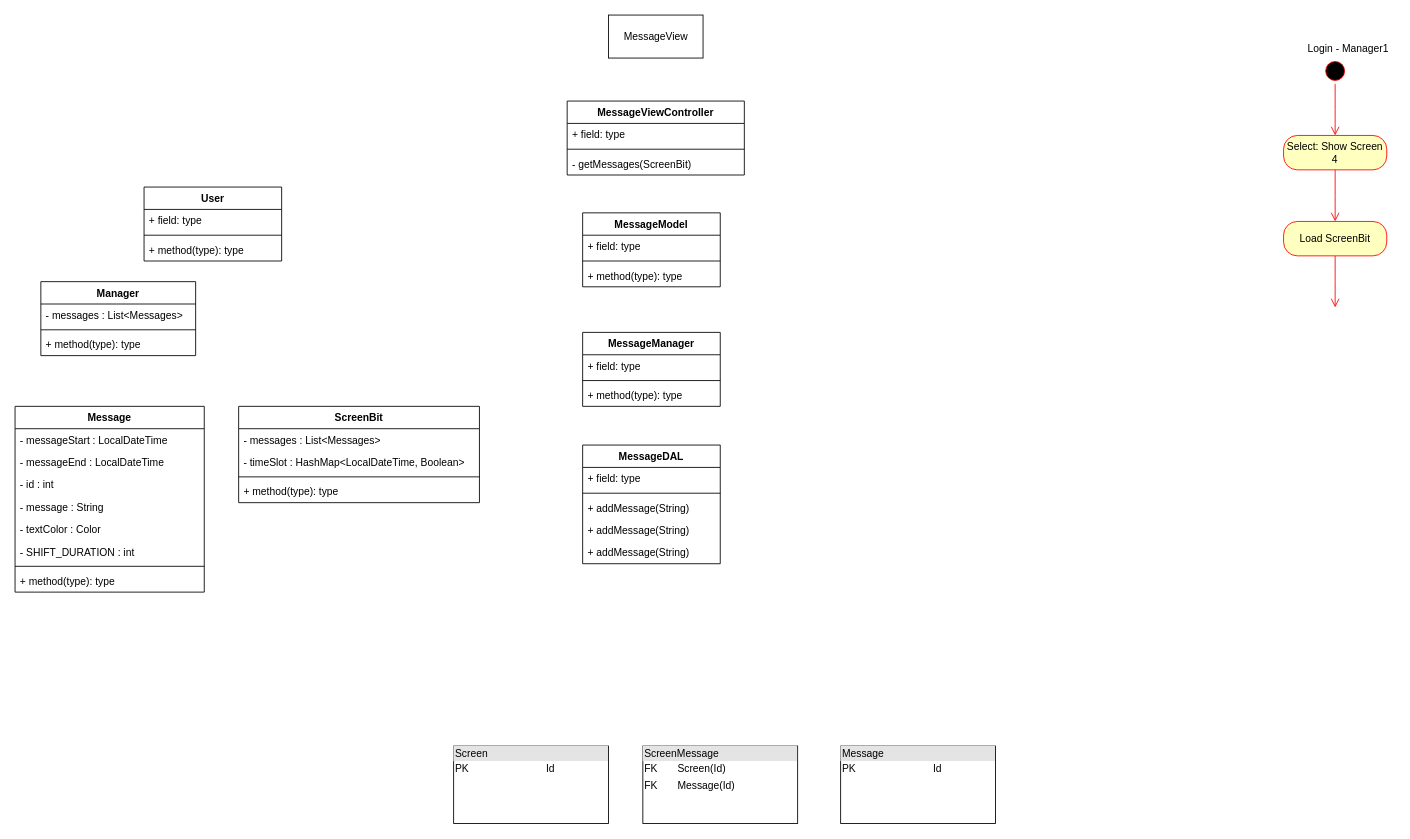
Earlier version of the draw.io diagram page "MOTD" (6 of 8) of UML/PickerStageUML.drawio (Eperty123/ArlaEksamen). Source tidied: cells renumbered, new cells numbered last; positions are measured from the earlier drawing's top-left corner, leaving out a move shared by most shapes. Both pictures are drawn from the tidied source at 86%, with x=0, y=0 at pixel (15, 15).
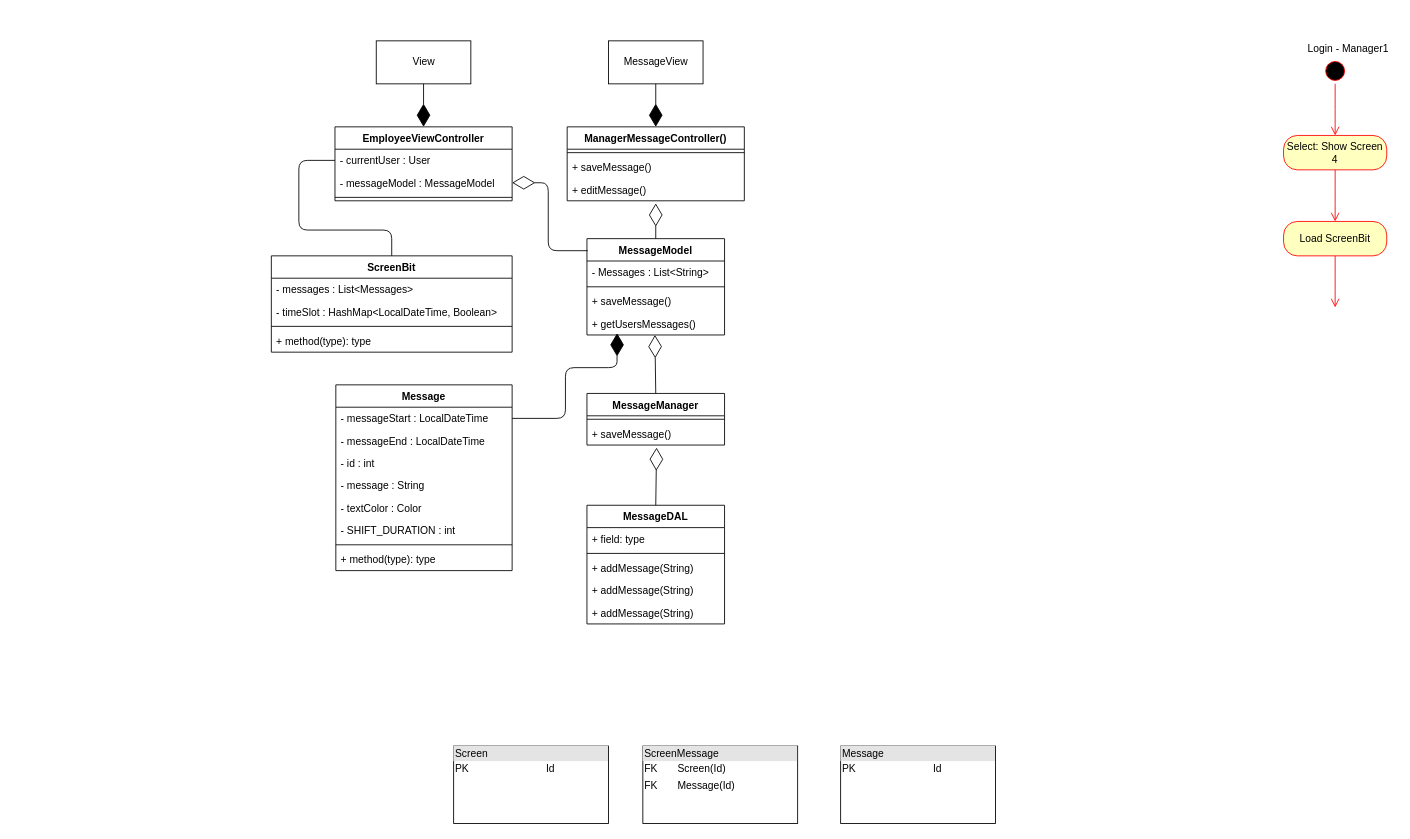
The same page after the edit.

What changed in the source:
```diff
@@
     <mxCell id="2" value="Message" style="swimlane;fontStyle=1;align=center;verticalAlign=top;horizontal=1;startSize=26;" parent="1" vertex="1">
-      <mxGeometry y="455" width="220" height="216" as="geometry" />
+      <mxGeometry x="373" y="430" width="205" height="216" as="geometry" />
     </mxCell>
     <mxCell id="3" value="- messageStart : LocalDateTime" style="text;strokeColor=none;fillColor=none;align=left;verticalAlign=top;spacingLeft=4;spacingRight=4;overflow=hidden;points=[[0,0.5],[1,0.5]];portConstraint=eastwest;" parent="2" vertex="1">
-      <mxGeometry y="26" width="220" height="26" as="geometry" />
+      <mxGeometry y="26" width="205" height="26" as="geometry" />
     </mxCell>
     <mxCell id="4" value="- messageEnd : LocalDateTime" style="text;strokeColor=none;fillColor=none;align=left;verticalAlign=top;spacingLeft=4;spacingRight=4;overflow=hidden;" parent="2" vertex="1">
-      <mxGeometry y="52" width="220" height="26" as="geometry" />
+      <mxGeometry y="52" width="205" height="26" as="geometry" />
     </mxCell>
     <mxCell id="5" value="- id : int" style="text;strokeColor=none;fillColor=none;align=left;verticalAlign=top;spacingLeft=4;spacingRight=4;overflow=hidden;" parent="2" vertex="1">
-      <mxGeometry y="78" width="220" height="26" as="geometry" />
+      <mxGeometry y="78" width="205" height="26" as="geometry" />
     </mxCell>
     <mxCell id="6" value="- message : String" style="text;strokeColor=none;fillColor=none;align=left;verticalAlign=top;spacingLeft=4;spacingRight=4;overflow=hidden;" parent="2" vertex="1">
-      <mxGeometry y="104" width="220" height="26" as="geometry" />
+      <mxGeometry y="104" width="205" height="26" as="geometry" />
     </mxCell>
     <mxCell id="7" value="- textColor : Color" style="text;strokeColor=none;fillColor=none;align=left;verticalAlign=top;spacingLeft=4;spacingRight=4;overflow=hidden;" parent="2" vertex="1">
-      <mxGeometry y="130" width="220" height="26" as="geometry" />
+      <mxGeometry y="130" width="205" height="26" as="geometry" />
     </mxCell>
     <mxCell id="8" value="- SHIFT_DURATION : int" style="text;strokeColor=none;fillColor=none;align=left;verticalAlign=top;spacingLeft=4;spacingRight=4;overflow=hidden;" parent="2" vertex="1">
-      <mxGeometry y="156" width="220" height="26" as="geometry" />
+      <mxGeometry y="156" width="205" height="26" as="geometry" />
     </mxCell>
     <mxCell id="9" style="line;strokeWidth=1;fillColor=none;align=left;verticalAlign=middle;spacingTop=-1;spacingLeft=3;spacingRight=3;labelPosition=right;" parent="2" vertex="1">
-      <mxGeometry y="182" width="220" height="8" as="geometry" />
+      <mxGeometry y="182" width="205" height="8" as="geometry" />
     </mxCell>
     <mxCell id="10" value="+ method(type): type" style="text;strokeColor=none;fillColor=none;align=left;verticalAlign=top;spacingLeft=4;spacingRight=4;overflow=hidden;" parent="2" vertex="1">
-      <mxGeometry y="190" width="220" height="26" as="geometry" />
+      <mxGeometry y="190" width="205" height="26" as="geometry" />
     </mxCell>
-    <mxCell id="11" value="Manager" style="swimlane;fontStyle=1;align=center;verticalAlign=top;horizontal=1;startSize=26;" parent="1" vertex="1">
-      <mxGeometry x="30" y="310" width="180" height="86" as="geometry" />
-    </mxCell>
-    <mxCell id="12" value="- messages : List&lt;Messages&gt;" style="text;strokeColor=none;fillColor=none;align=left;verticalAlign=top;spacingLeft=4;spacingRight=4;overflow=hidden;" parent="11" vertex="1">
-      <mxGeometry y="26" width="180" height="26" as="geometry" />
-    </mxCell>
-    <mxCell id="13" style="line;strokeWidth=1;fillColor=none;align=left;verticalAlign=middle;spacingTop=-1;spacingLeft=3;spacingRight=3;labelPosition=right;" parent="11" vertex="1">
-      <mxGeometry y="52" width="180" height="8" as="geometry" />
-    </mxCell>
-    <mxCell id="14" value="+ method(type): type" style="text;strokeColor=none;fillColor=none;align=left;verticalAlign=top;spacingLeft=4;spacingRight=4;overflow=hidden;" parent="11" vertex="1">
-      <mxGeometry y="60" width="180" height="26" as="geometry" />
-    </mxCell>
     <mxCell id="15" value="MessageDAL" style="swimlane;fontStyle=1;align=center;verticalAlign=top;horizontal=1;startSize=26;" parent="1" vertex="1">
-      <mxGeometry x="660" y="500" width="160" height="138" as="geometry" />
+      <mxGeometry x="665" y="570" width="160" height="138" as="geometry" />
     </mxCell>
@@
-    <mxCell id="21" value="MessageManager" style="swimlane;fontStyle=1;align=center;verticalAlign=top;horizontal=1;startSize=26;" parent="1" vertex="1">
-      <mxGeometry x="660" y="369" width="160" height="86" as="geometry" />
-    </mxCell>
-    <mxCell id="22" value="+ field: type" style="text;strokeColor=none;fillColor=none;align=left;verticalAlign=top;spacingLeft=4;spacingRight=4;overflow=hidden;" parent="21" vertex="1">
-      <mxGeometry y="26" width="160" height="26" as="geometry" />
-    </mxCell>
-    <mxCell id="23" style="line;strokeWidth=1;fillColor=none;align=left;verticalAlign=middle;spacingTop=-1;spacingLeft=3;spacingRight=3;labelPosition=right;" parent="21" vertex="1">
-      <mxGeometry y="52" width="160" height="8" as="geometry" />
-    </mxCell>
-    <mxCell id="24" value="+ method(type): type" style="text;strokeColor=none;fillColor=none;align=left;verticalAlign=top;spacingLeft=4;spacingRight=4;overflow=hidden;" parent="21" vertex="1">
-      <mxGeometry y="60" width="160" height="26" as="geometry" />
-    </mxCell>
     <mxCell id="25" value="MessageModel" style="swimlane;fontStyle=1;align=center;verticalAlign=top;horizontal=1;startSize=26;" parent="1" vertex="1">
-      <mxGeometry x="660" y="230" width="160" height="86" as="geometry" />
+      <mxGeometry x="665" y="260" width="160" height="112" as="geometry" />
     </mxCell>
-    <mxCell id="26" value="+ field: type" style="text;strokeColor=none;fillColor=none;align=left;verticalAlign=top;spacingLeft=4;spacingRight=4;overflow=hidden;" parent="25" vertex="1">
+    <mxCell id="26" value="- Messages : List&lt;String&gt;" style="text;strokeColor=none;fillColor=none;align=left;verticalAlign=top;spacingLeft=4;spacingRight=4;overflow=hidden;" parent="25" vertex="1">
       <mxGeometry y="26" width="160" height="26" as="geometry" />
     </mxCell>
@@
-    <mxCell id="28" value="+ method(type): type" style="text;strokeColor=none;fillColor=none;align=left;verticalAlign=top;spacingLeft=4;spacingRight=4;overflow=hidden;" parent="25" vertex="1">
-      <mxGeometry y="60" width="160" height="26" as="geometry" />
-    </mxCell>
-    <mxCell id="29" value="User" style="swimlane;fontStyle=1;align=center;verticalAlign=top;horizontal=1;startSize=26;" parent="1" vertex="1">
-      <mxGeometry x="150" y="200" width="160" height="86" as="geometry" />
-    </mxCell>
-    <mxCell id="30" value="+ field: type" style="text;strokeColor=none;fillColor=none;align=left;verticalAlign=top;spacingLeft=4;spacingRight=4;overflow=hidden;" parent="29" vertex="1">
-      <mxGeometry y="26" width="160" height="26" as="geometry" />
-    </mxCell>
-    <mxCell id="31" style="line;strokeWidth=1;fillColor=none;align=left;verticalAlign=middle;spacingTop=-1;spacingLeft=3;spacingRight=3;labelPosition=right;" parent="29" vertex="1">
-      <mxGeometry y="52" width="160" height="8" as="geometry" />
-    </mxCell>
-    <mxCell id="32" value="+ method(type): type" style="text;strokeColor=none;fillColor=none;align=left;verticalAlign=top;spacingLeft=4;spacingRight=4;overflow=hidden;" parent="29" vertex="1">
-      <mxGeometry y="60" width="160" height="26" as="geometry" />
-    </mxCell>
+    <mxCell id="53" value="+ saveMessage()" style="text;strokeColor=none;fillColor=none;align=left;verticalAlign=top;spacingLeft=4;spacingRight=4;overflow=hidden;" parent="25" vertex="1">
+      <mxGeometry y="60" width="160" height="26" as="geometry" />
+    </mxCell>
+    <mxCell id="54" value="+ getUsersMessages()" style="text;strokeColor=none;fillColor=none;align=left;verticalAlign=top;spacingLeft=4;spacingRight=4;overflow=hidden;points=[[0,0.5],[1,0.5]];portConstraint=eastwest;" parent="25" vertex="1">
+      <mxGeometry y="86" width="160" height="26" as="geometry" />
+    </mxCell>
     <mxCell id="33" value="MessageView" style="html=1;" parent="1" vertex="1">
-      <mxGeometry x="690" width="110" height="50" as="geometry" />
+      <mxGeometry x="690" y="30" width="110" height="50" as="geometry" />
     </mxCell>
-    <mxCell id="34" value="MessageViewController" style="swimlane;fontStyle=1;align=center;verticalAlign=top;horizontal=1;startSize=26;" parent="1" vertex="1">
-      <mxGeometry x="642" y="100" width="206" height="86" as="geometry" />
+    <mxCell id="34" value="EmployeeViewController" style="swimlane;fontStyle=1;align=center;verticalAlign=top;horizontal=1;startSize=26;" parent="1" vertex="1">
+      <mxGeometry x="372" y="130" width="206" height="86" as="geometry" />
     </mxCell>
-    <mxCell id="35" value="+ field: type" style="text;strokeColor=none;fillColor=none;align=left;verticalAlign=top;spacingLeft=4;spacingRight=4;overflow=hidden;points=[[0,0.5],[1,0.5]];portConstraint=eastwest;" parent="34" vertex="1">
+    <mxCell id="35" value="- currentUser : User" style="text;strokeColor=none;fillColor=none;align=left;verticalAlign=top;spacingLeft=4;spacingRight=4;overflow=hidden;points=[[0,0.5],[1,0.5]];portConstraint=eastwest;" parent="34" vertex="1">
       <mxGeometry y="26" width="206" height="26" as="geometry" />
     </mxCell>
+    <mxCell id="55" value="- messageModel : MessageModel" style="text;strokeColor=none;fillColor=none;align=left;verticalAlign=top;spacingLeft=4;spacingRight=4;overflow=hidden;points=[[0,0.5],[1,0.5]];portConstraint=eastwest;" parent="34" vertex="1">
+      <mxGeometry y="52" width="206" height="26" as="geometry" />
+    </mxCell>
     <mxCell id="36" style="line;strokeWidth=1;fillColor=none;align=left;verticalAlign=middle;spacingTop=-1;spacingLeft=3;spacingRight=3;labelPosition=right;" parent="34" vertex="1">
-      <mxGeometry y="52" width="206" height="8" as="geometry" />
+      <mxGeometry y="78" width="206" height="8" as="geometry" />
     </mxCell>
-    <mxCell id="37" value="- getMessages(ScreenBit)" style="text;strokeColor=none;fillColor=none;align=left;verticalAlign=top;spacingLeft=4;spacingRight=4;overflow=hidden;" parent="34" vertex="1">
-      <mxGeometry y="60" width="206" height="26" as="geometry" />
-    </mxCell>
     <mxCell id="38" value="ScreenBit" style="swimlane;fontStyle=1;align=center;verticalAlign=top;horizontal=1;startSize=26;" parent="1" vertex="1">
-      <mxGeometry x="260" y="455" width="280" height="112" as="geometry" />
+      <mxGeometry x="298" y="280" width="280" height="112" as="geometry" />
     </mxCell>
@@
+    <mxCell id="56" value="View" style="html=1;" parent="1" vertex="1">
+      <mxGeometry x="420" y="30" width="110" height="50" as="geometry" />
+    </mxCell>
+    <mxCell id="21" value="MessageManager" style="swimlane;fontStyle=1;align=center;verticalAlign=top;horizontal=1;startSize=26;" parent="1" vertex="1">
+      <mxGeometry x="665" y="440" width="160" height="60" as="geometry" />
+    </mxCell>
+    <mxCell id="57" style="line;strokeWidth=1;fillColor=none;align=left;verticalAlign=middle;spacingTop=-1;spacingLeft=3;spacingRight=3;labelPosition=right;" parent="21" vertex="1">
+      <mxGeometry y="26" width="160" height="8" as="geometry" />
+    </mxCell>
+    <mxCell id="58" value="+ saveMessage()" style="text;strokeColor=none;fillColor=none;align=left;verticalAlign=top;spacingLeft=4;spacingRight=4;overflow=hidden;points=[[0,0.5],[1,0.5]];portConstraint=eastwest;" parent="21" vertex="1">
+      <mxGeometry y="34" width="160" height="26" as="geometry" />
+    </mxCell>
+    <mxCell id="59" value="ManagerMessageController()" style="swimlane;fontStyle=1;align=center;verticalAlign=top;horizontal=1;startSize=26;" parent="1" vertex="1">
+      <mxGeometry x="642" y="130" width="206" height="86" as="geometry" />
+    </mxCell>
+    <mxCell id="60" style="line;strokeWidth=1;fillColor=none;align=left;verticalAlign=middle;spacingTop=-1;spacingLeft=3;spacingRight=3;labelPosition=right;" parent="59" vertex="1">
+      <mxGeometry y="26" width="206" height="8" as="geometry" />
+    </mxCell>
+    <mxCell id="61" value="+ saveMessage()" style="text;strokeColor=none;fillColor=none;align=left;verticalAlign=top;spacingLeft=4;spacingRight=4;overflow=hidden;" parent="59" vertex="1">
+      <mxGeometry y="34" width="206" height="26" as="geometry" />
+    </mxCell>
+    <mxCell id="62" value="+ editMessage()" style="text;strokeColor=none;fillColor=none;align=left;verticalAlign=top;spacingLeft=4;spacingRight=4;overflow=hidden;points=[[0,0.5],[1,0.5]];portConstraint=eastwest;" parent="59" vertex="1">
+      <mxGeometry y="60" width="206" height="26" as="geometry" />
+    </mxCell>
+    <mxCell id="63" style="endArrow=diamondThin;endFill=1;endSize=24;html=1;exitX=0.5;exitY=1;exitDx=0;exitDy=0;entryX=0.5;entryY=0;entryDx=0;entryDy=0;" parent="1" edge="1" source="33" target="59">
+      <mxGeometry relative="1" as="geometry" />
+    </mxCell>
+    <mxCell id="64" style="endArrow=diamondThin;endFill=0;endSize=24;html=1;exitX=0.5;exitY=0;exitDx=0;exitDy=0;entryX=0.5;entryY=1.115;entryDx=0;entryDy=0;entryPerimeter=0;" parent="1" edge="1" source="25" target="62">
+      <mxGeometry relative="1" as="geometry" />
+    </mxCell>
+    <mxCell id="65" style="endArrow=diamondThin;endFill=0;endSize=24;html=1;entryX=0.494;entryY=1;entryDx=0;entryDy=0;entryPerimeter=0;exitX=0.5;exitY=0;exitDx=0;exitDy=0;" parent="1" edge="1" source="21" target="54">
+      <mxGeometry relative="1" as="geometry" />
+    </mxCell>
+    <mxCell id="66" style="endArrow=diamondThin;endFill=0;endSize=24;html=1;entryX=0.506;entryY=1.115;entryDx=0;entryDy=0;entryPerimeter=0;exitX=0.5;exitY=0;exitDx=0;exitDy=0;" parent="1" edge="1" source="15" target="58">
+      <mxGeometry relative="1" as="geometry" />
+    </mxCell>
+    <mxCell id="67" style="endArrow=diamondThin;endFill=1;endSize=24;html=1;exitX=0.5;exitY=1;exitDx=0;exitDy=0;entryX=0.5;entryY=0;entryDx=0;entryDy=0;" parent="1" edge="1" source="56" target="34">
+      <mxGeometry relative="1" as="geometry" />
+    </mxCell>
+    <mxCell id="68" style="endArrow=diamondThin;endFill=0;endSize=24;html=1;entryX=1;entryY=0.5;entryDx=0;entryDy=0;exitX=0.006;exitY=0.125;exitDx=0;exitDy=0;exitPerimeter=0;" parent="1" edge="1" source="25" target="55">
+      <mxGeometry relative="1" as="geometry">
+        <Array as="points">
+          <mxPoint x="620" y="274" />
+          <mxPoint x="620" y="195" />
+        </Array>
+      </mxGeometry>
+    </mxCell>
+    <mxCell id="69" style="endArrow=diamondThin;endFill=1;endSize=24;html=1;entryX=0.219;entryY=0.923;entryDx=0;entryDy=0;entryPerimeter=0;exitX=1;exitY=0.5;exitDx=0;exitDy=0;" parent="1" edge="1" source="3" target="54">
+      <mxGeometry relative="1" as="geometry">
+        <Array as="points">
+          <mxPoint x="640" y="469" />
+          <mxPoint x="640" y="410" />
+          <mxPoint x="700" y="410" />
+        </Array>
+      </mxGeometry>
+    </mxCell>
+    <mxCell id="70" style="endArrow=none;html=1;edgeStyle=orthogonalEdgeStyle;entryX=0;entryY=0.5;entryDx=0;entryDy=0;exitX=0.5;exitY=0;exitDx=0;exitDy=0;" parent="1" edge="1" source="38" target="35">
+      <mxGeometry relative="1" as="geometry">
+        <Array as="points">
+          <mxPoint x="438" y="250" />
+          <mxPoint x="330" y="250" />
+          <mxPoint x="330" y="169" />
+        </Array>
+      </mxGeometry>
+    </mxCell>
```
